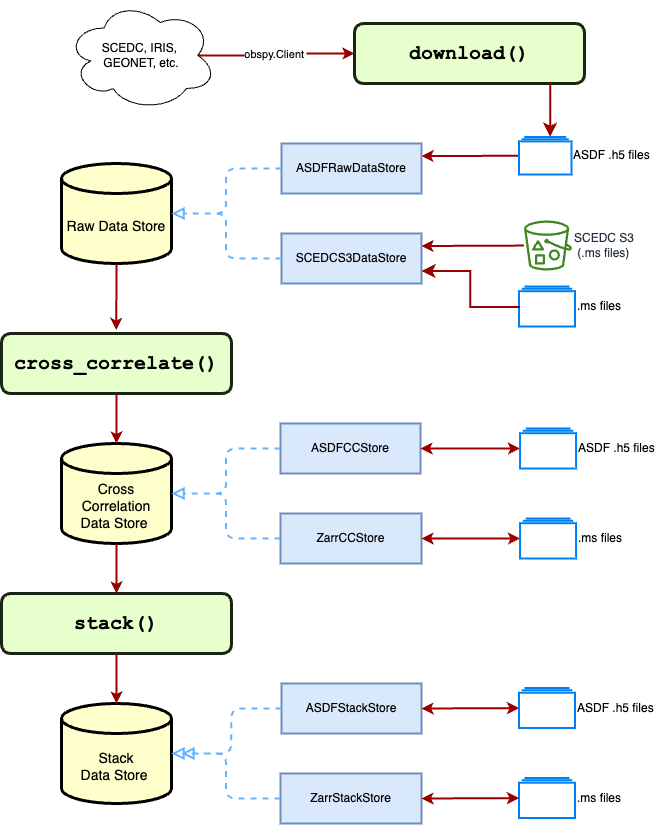
Before: docs/figures/data_flow.png, a diagram exported from draw.io (noisepy/NoisePy). Source tidied: cells renumbered, new cells last; positions are measured from the earlier drawing's top-left corner, leaving out a move shared by most shapes.
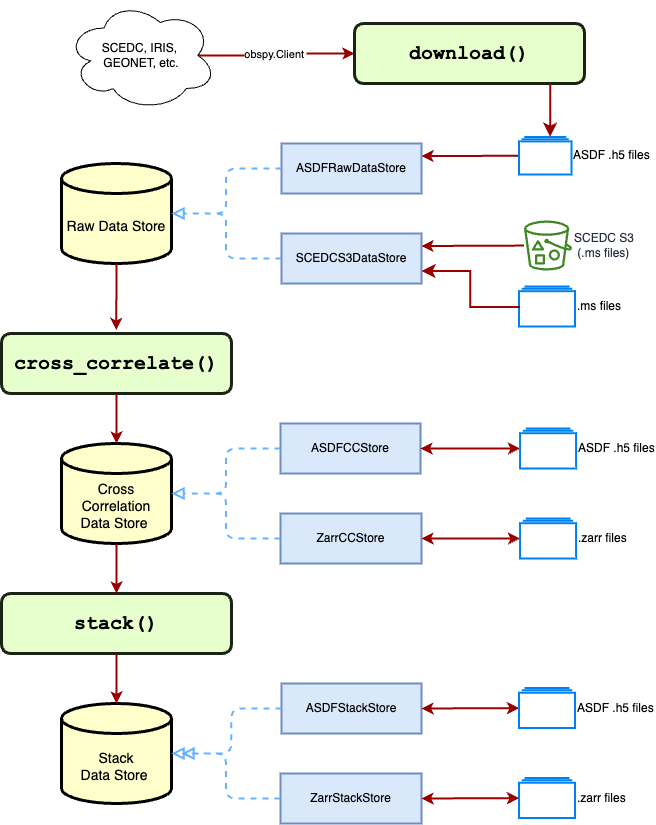
After the commit.

What changed in the source:
```diff
@@ -114,7 +114,7 @@
     <mxCell id="35" style="edgeStyle=none;shape=connector;rounded=1;jettySize=auto;html=1;entryX=1;entryY=0.5;entryDx=0;entryDy=0;labelBackgroundColor=default;strokeColor=#990000;strokeWidth=2;fontFamily=Helvetica;fontSize=11;fontColor=default;endArrow=classic;startArrow=classic;startFill=1;" parent="1" edge="1" source="36" target="25">
       <mxGeometry relative="1" as="geometry" />
     </mxCell>
-    <mxCell id="36" value=".ms files" style="html=1;verticalLabelPosition=middle;align=left;labelBackgroundColor=#ffffff;verticalAlign=middle;strokeWidth=2;strokeColor=#0080F0;shadow=0;dashed=0;shape=mxgraph.ios7.icons.folders;labelPosition=right;" parent="1" vertex="1">
+    <mxCell id="36" value=".zarr&amp;nbsp;files" style="html=1;verticalLabelPosition=middle;align=left;labelBackgroundColor=#ffffff;verticalAlign=middle;strokeWidth=2;strokeColor=#0080F0;shadow=0;dashed=0;shape=mxgraph.ios7.icons.folders;labelPosition=right;" parent="1" vertex="1">
       <mxGeometry x="718.5" y="518" width="56" height="40" as="geometry" />
     </mxCell>
     <mxCell id="37" style="edgeStyle=none;shape=connector;rounded=1;jettySize=auto;html=1;entryX=1;entryY=0.5;entryDx=0;entryDy=0;labelBackgroundColor=default;strokeColor=#990000;strokeWidth=2;fontFamily=Helvetica;fontSize=11;fontColor=default;endArrow=classic;startArrow=classic;startFill=1;" parent="1" edge="1" source="38" target="29">
@@ -126,7 +126,7 @@
     <mxCell id="39" style="edgeStyle=none;shape=connector;rounded=1;jettySize=auto;html=1;entryX=1;entryY=0.5;entryDx=0;entryDy=0;labelBackgroundColor=default;strokeColor=#990000;strokeWidth=2;fontFamily=Helvetica;fontSize=11;fontColor=default;endArrow=classic;startArrow=classic;startFill=1;" parent="1" edge="1" source="40" target="31">
       <mxGeometry relative="1" as="geometry" />
     </mxCell>
-    <mxCell id="40" value=".ms files" style="html=1;verticalLabelPosition=middle;align=left;labelBackgroundColor=#ffffff;verticalAlign=middle;strokeWidth=2;strokeColor=#0080F0;shadow=0;dashed=0;shape=mxgraph.ios7.icons.folders;labelPosition=right;" parent="1" vertex="1">
+    <mxCell id="40" value=".zarr files" style="html=1;verticalLabelPosition=middle;align=left;labelBackgroundColor=#ffffff;verticalAlign=middle;strokeWidth=2;strokeColor=#0080F0;shadow=0;dashed=0;shape=mxgraph.ios7.icons.folders;labelPosition=right;" parent="1" vertex="1">
       <mxGeometry x="717.5" y="777.5" width="56" height="40" as="geometry" />
     </mxCell>
   </root>
```
